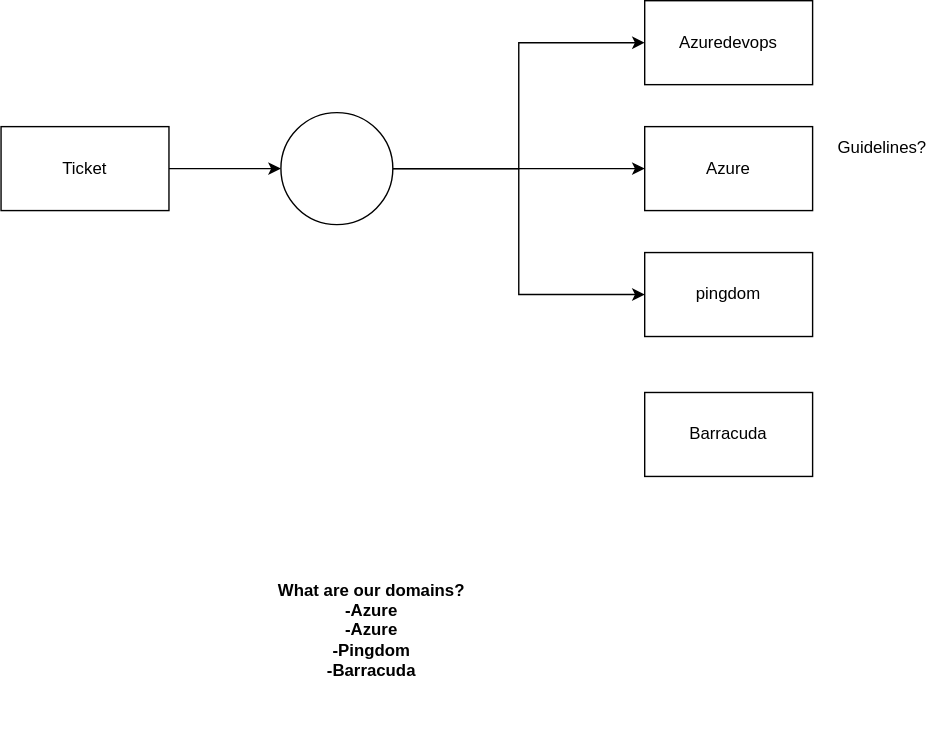
The draw.io diagram tickethandlingprocess.svg in vjavle/invoicecloud, before a commit. Source tidied: cells renumbered, new cells last; positions are measured from the earlier drawing's top-left corner, leaving out a move shared by most shapes.
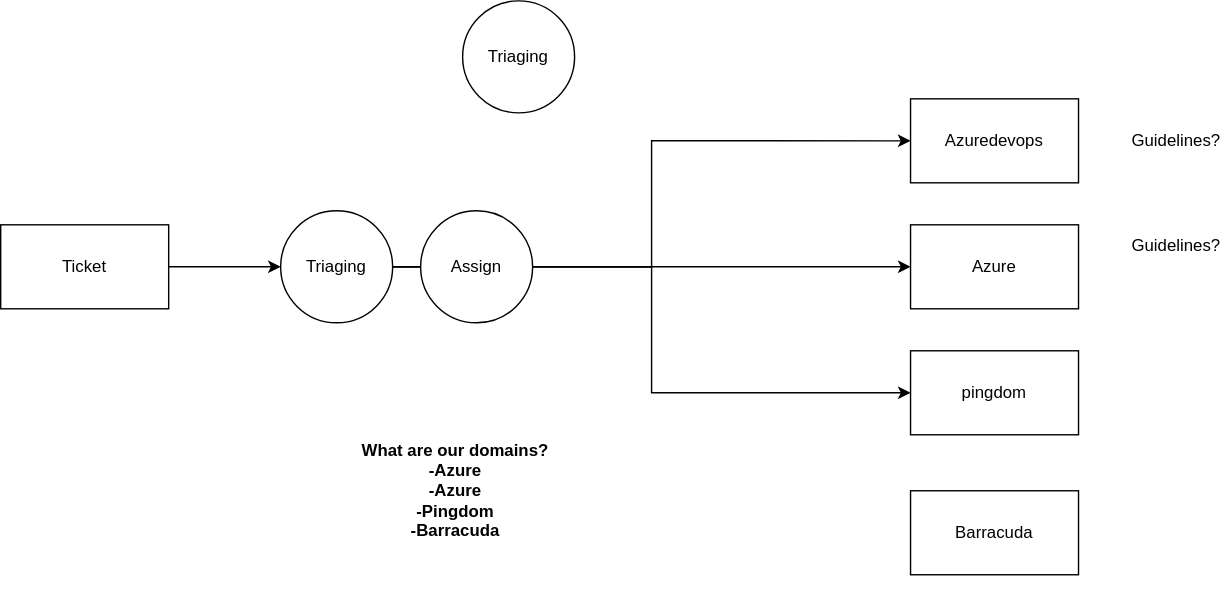
After the change.

Change to the diagram source:
```diff
@@ -6,7 +6,7 @@
       <mxGeometry relative="1" as="geometry" />
     </mxCell>
     <mxCell id="3" value="Ticket" style="rounded=0;whiteSpace=wrap;html=1;" parent="1" vertex="1">
-      <mxGeometry y="90" width="120" height="60" as="geometry" />
+      <mxGeometry x="-190" y="90" width="120" height="60" as="geometry" />
     </mxCell>
     <mxCell id="4" style="edgeStyle=orthogonalEdgeStyle;rounded=0;jettySize=auto;html=1;entryX=0;entryY=0.5;entryDx=0;entryDy=0;" parent="1" edge="1" source="7" target="8">
       <mxGeometry relative="1" as="geometry" />
@@ -17,8 +17,8 @@
     <mxCell id="6" style="edgeStyle=orthogonalEdgeStyle;rounded=0;jettySize=auto;html=1;entryX=0;entryY=0.5;entryDx=0;entryDy=0;" parent="1" edge="1" source="7" target="10">
       <mxGeometry relative="1" as="geometry" />
     </mxCell>
-    <mxCell id="7" style="ellipse;whiteSpace=wrap;html=1;" parent="1" vertex="1">
-      <mxGeometry x="200" y="80" width="80" height="80" as="geometry" />
+    <mxCell id="7" value="Triaging" style="ellipse;whiteSpace=wrap;html=1;" parent="1" vertex="1">
+      <mxGeometry x="10" y="80" width="80" height="80" as="geometry" />
     </mxCell>
     <mxCell id="8" value="Azuredevops" style="rounded=0;whiteSpace=wrap;html=1;" parent="1" vertex="1">
       <mxGeometry x="460" width="120" height="60" as="geometry" />
@@ -33,10 +33,19 @@
       <mxGeometry x="460" y="280" width="120" height="60" as="geometry" />
     </mxCell>
     <mxCell id="12" value="Guidelines?" style="text;html=1;strokeColor=none;fillColor=none;align=center;verticalAlign=middle;whiteSpace=wrap;rounded=0;" parent="1" vertex="1">
-      <mxGeometry x="600" y="90" width="60" height="30" as="geometry" />
+      <mxGeometry x="620" y="90" width="60" height="30" as="geometry" />
     </mxCell>
     <mxCell id="13" value="What are our domains?&lt;br&gt;-Azure&lt;br&gt;-Azure&lt;br&gt;-Pingdom&lt;br&gt;-Barracuda" style="text;html=1;strokeColor=none;fillColor=none;align=center;verticalAlign=middle;whiteSpace=wrap;rounded=0;fontStyle=1;" parent="1" vertex="1">
-      <mxGeometry x="130" y="380" width="270" height="140" as="geometry" />
+      <mxGeometry y="210" width="270" height="140" as="geometry" />
     </mxCell>
+    <mxCell id="14" value="Assign" style="ellipse;whiteSpace=wrap;html=1;" parent="1" vertex="1">
+      <mxGeometry x="110" y="80" width="80" height="80" as="geometry" />
+    </mxCell>
+    <mxCell id="15" value="Triaging" style="ellipse;whiteSpace=wrap;html=1;" parent="1" vertex="1">
+      <mxGeometry x="140" y="-70" width="80" height="80" as="geometry" />
+    </mxCell>
+    <mxCell id="16" value="Guidelines?" style="text;html=1;strokeColor=none;fillColor=none;align=center;verticalAlign=middle;whiteSpace=wrap;rounded=0;" parent="1" vertex="1">
+      <mxGeometry x="620" y="15" width="60" height="30" as="geometry" />
+    </mxCell>
   </root>
 </mxGraphModel>
```
